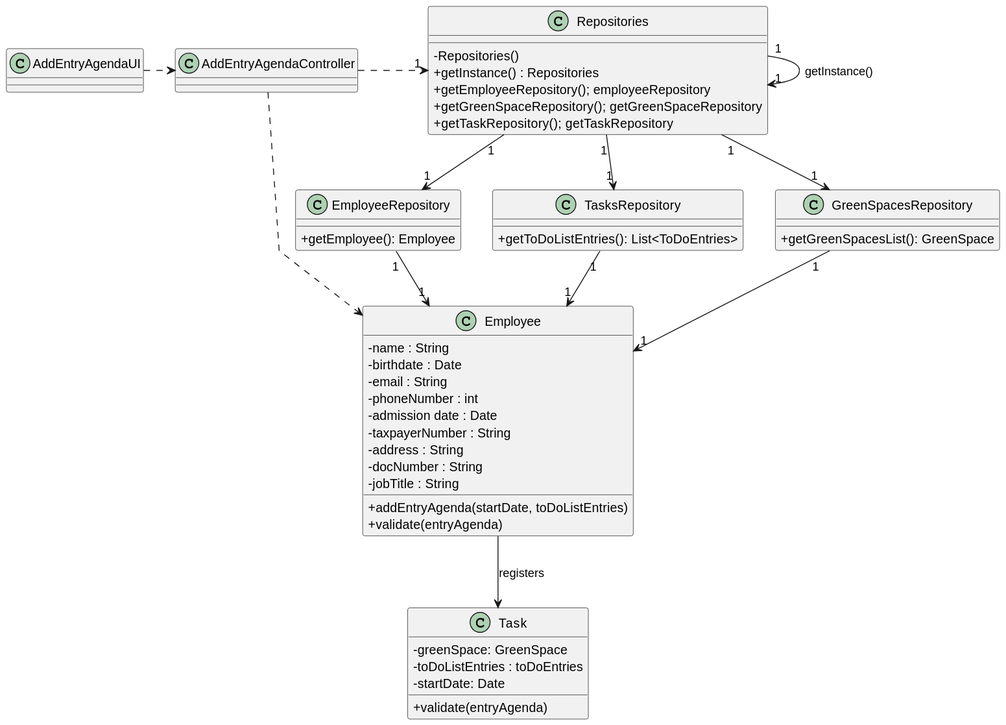
Above: docs/sprintC/US022/03.design/svg/us22-class-diagram.svg in LopemigueISEP/lei-24-s2-1nb-g312 (PlantUML), before the change. Its diagram source:
```plantuml
@startuml
skinparam packageStyle rectangle
skinparam shadowing false
skinparam linetype polyline

skinparam classAttributeIconSize 0

class Employee{
    -name : String
    -birthdate : Date
    -email : String
    -phoneNumber : int
    -admission date : Date
    -taxpayerNumber : String
    -address : String
    -docNumber : String
    -jobTitle : String

+ addEntryAgenda(startDate, toDoListEntries)
   +validate(entryAgenda)

}

class Task{
-greenSpace: GreenSpace
-toDoListEntries : toDoEntries
-startDate: Date
+validate(entryAgenda)
}


class AddEntryAgendaController{

}

class AddEntryAgendaUI{

}

class Repositories {
    - Repositories()
    + getInstance() : Repositories
    + getEmployeeRepository(); employeeRepository
     + getGreenSpaceRepository(); getGreenSpaceRepository
     + getTaskRepository(); getTaskRepository

}
class EmployeeRepository{


+getEmployee(): Employee

}
class TasksRepository{
 +getToDoListEntries(): List<ToDoEntries>
}
class GreenSpacesRepository{
+getGreenSpacesList(): GreenSpace
}

AddEntryAgendaUI .>AddEntryAgendaController

AddEntryAgendaController .> "1" Repositories

Repositories "1" --> "1" Repositories : getInstance()
Repositories "1" --> "1" EmployeeRepository
Repositories "1" --> "1" TasksRepository
Repositories "1" --> "1" GreenSpacesRepository

AddEntryAgendaController ..>Employee

EmployeeRepository "1" --> "1" Employee
TasksRepository "1" --> "1" Employee
GreenSpacesRepository "1" --> "1" Employee

Employee --> Task: registers
@enduml
```
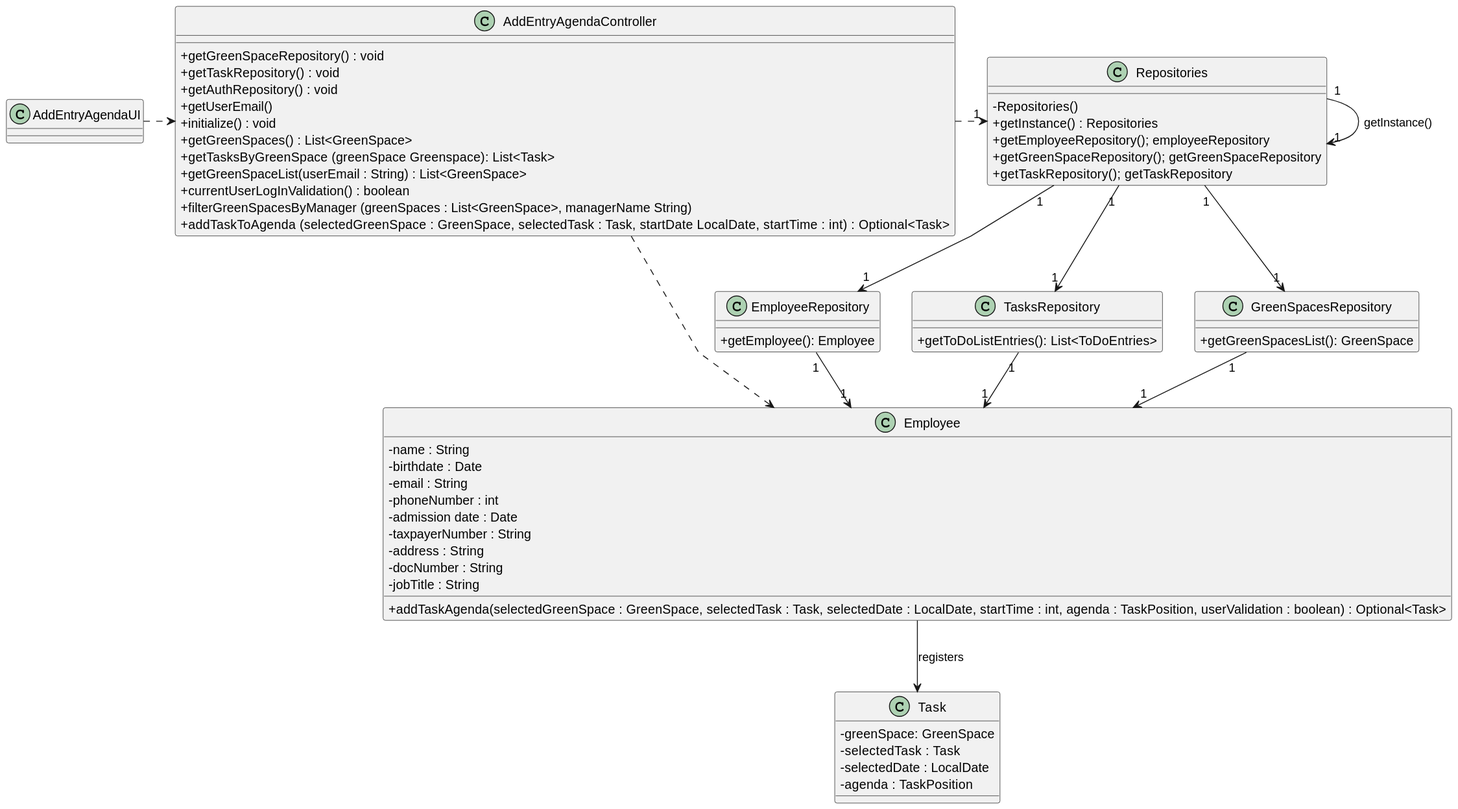
After the commit.

Diff of the diagram source:
```diff
@@ -16,20 +16,33 @@
     -docNumber : String
     -jobTitle : String
 
-+ addEntryAgenda(startDate, toDoListEntries)
-   +validate(entryAgenda)
++ addTaskAgenda(selectedGreenSpace : GreenSpace, selectedTask : Task, selectedDate : LocalDate, startTime : int, agenda : TaskPosition, userValidation : boolean) : Optional<Task>
+
 
 }
 
 class Task{
 -greenSpace: GreenSpace
--toDoListEntries : toDoEntries
--startDate: Date
-+validate(entryAgenda)
+-selectedTask : Task
+-selectedDate : LocalDate
+-agenda : TaskPosition
+
 }
 
 
 class AddEntryAgendaController{
++ getGreenSpaceRepository() : void
++ getTaskRepository() : void
++ getAuthRepository() : void
++ getUserEmail()
++ initialize() : void
++ getGreenSpaces() : List<GreenSpace>
++ getTasksByGreenSpace (greenSpace Greenspace): List<Task>
++ getGreenSpaceList(userEmail : String) : List<GreenSpace>
++ currentUserLogInValidation() : boolean
++ filterGreenSpacesByManager (greenSpaces : List<GreenSpace>, managerName String)
++ addTaskToAgenda (selectedGreenSpace : GreenSpace,  selectedTask : Task, startDate LocalDate, startTime : int) : Optional<Task>
+
 
 }
 
```
